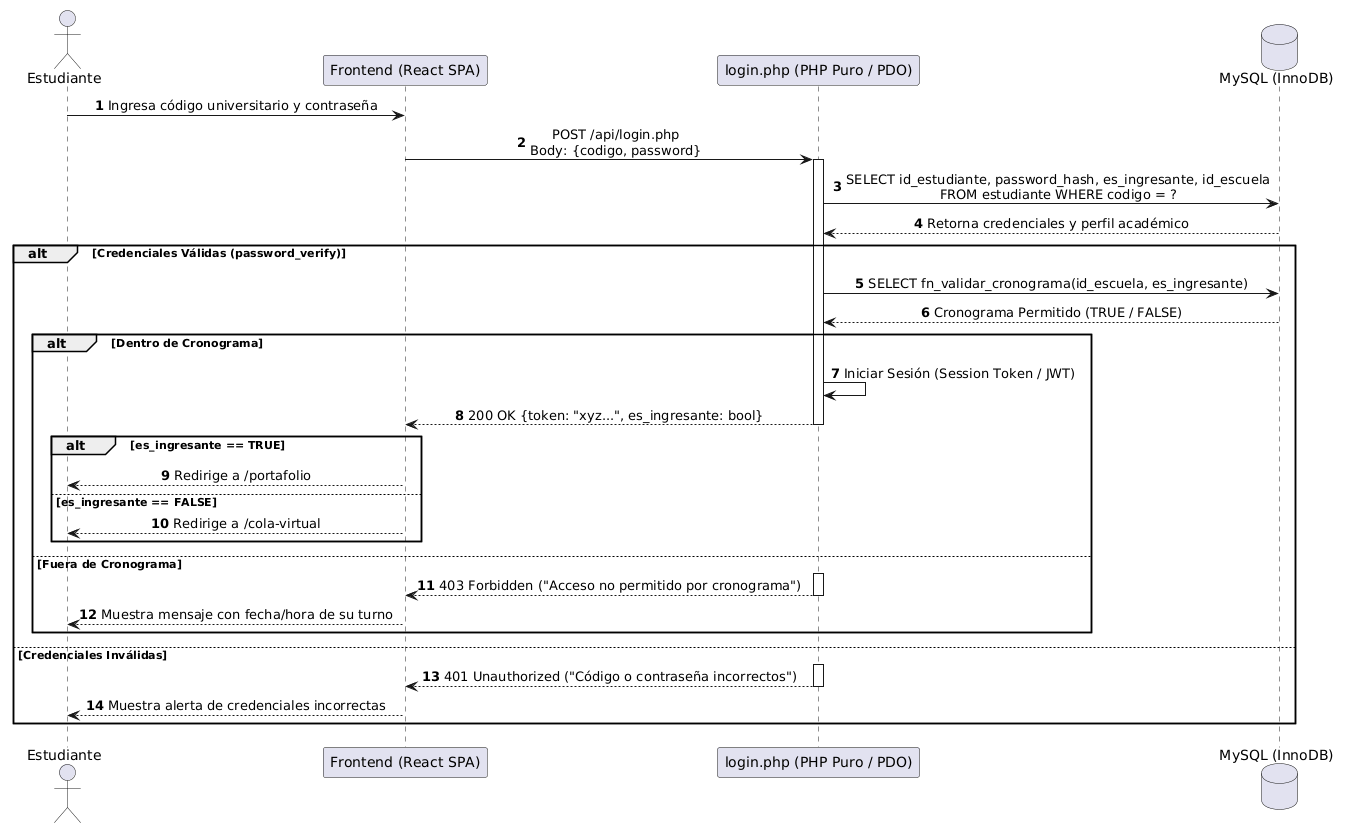
jsondev999/sistema-matricula keeps this PlantUML diagram as diagramas/secuencia/imagenes/autenticacion.png. Above is the earlier version. Source of this version:
```plantuml
@startuml
autonumber
skinparam SequenceMessageAlignment center

actor "Estudiante" as Client
participant "Frontend (React SPA)" as React
participant "login.php (PHP Puro / PDO)" as API
database "MySQL (InnoDB)" as DB

Client -> React: Ingresa código universitario y contraseña
React -> API: POST /api/login.php\nBody: {codigo, password}
activate API

API -> DB: SELECT id_estudiante, password_hash, es_ingresante, id_escuela\nFROM estudiante WHERE codigo = ?
DB --> API: Retorna credenciales y perfil académico

alt Credenciales Válidas (password_verify)
    API -> DB: SELECT fn_validar_cronograma(id_escuela, es_ingresante)
    DB --> API: Cronograma Permitido (TRUE / FALSE)

    alt Dentro de Cronograma
        API -> API: Iniciar Sesión (Session Token / JWT)
        API --> React: 200 OK {token: "xyz...", es_ingresante: bool}
        deactivate API

        alt es_ingresante == TRUE
            React --> Client: Redirige a /portafolio
        else es_ingresante == FALSE
            React --> Client: Redirige a /cola-virtual
        end
    else Fuera de Cronograma
        activate API
        API --> React: 403 Forbidden ("Acceso no permitido por cronograma")
        deactivate API
        React --> Client: Muestra mensaje con fecha/hora de su turno
    end
else Credenciales Inválidas
    activate API
    API --> React: 401 Unauthorized ("Código o contraseña incorrectos")
    deactivate API
    React --> Client: Muestra alerta de credenciales incorrectas
end
@enduml
```
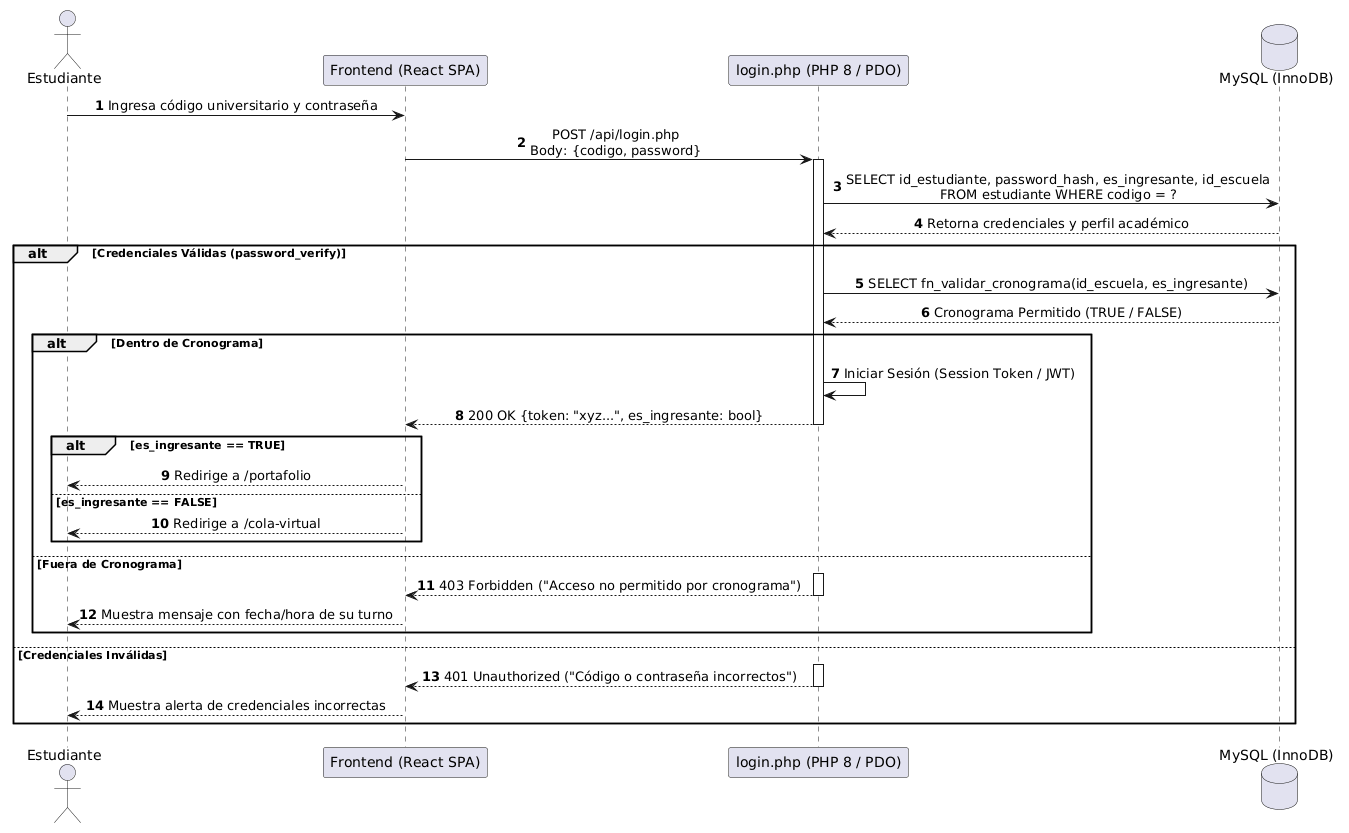
Later version of the same file.

The edit, as a diff of the source:
```diff
@@ -4,7 +4,7 @@
 
 actor "Estudiante" as Client
 participant "Frontend (React SPA)" as React
-participant "login.php (PHP Puro / PDO)" as API
+participant "login.php (PHP 8 / PDO)" as API
 database "MySQL (InnoDB)" as DB
 
 Client -> React: Ingresa código universitario y contraseña
```
